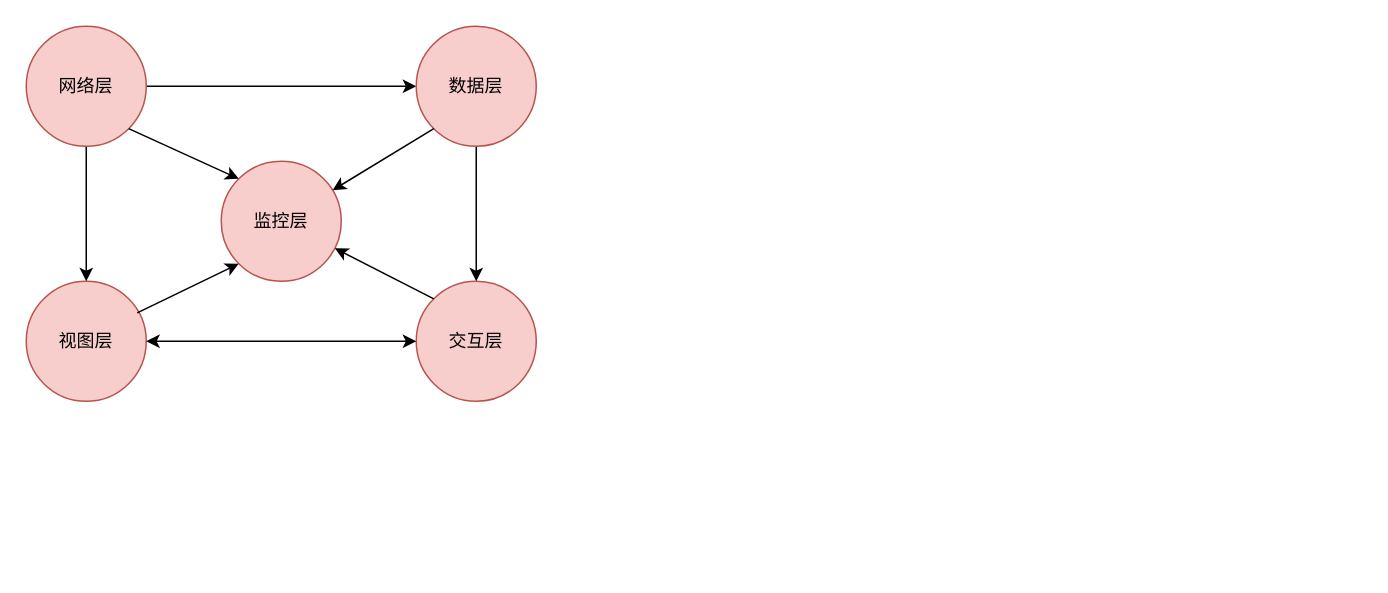
The draw.io diagram moji/商业化架构层拆分.drawio in HengqianSong/drawIO, before the edit. Source tidied: cells renumbered, new cells numbered last; positions are measured from the earlier drawing's top-left corner, leaving out a move shared by most shapes. Both pictures are drawn from the tidied source at 150%, with x=0, y=0 at pixel (26, 26).
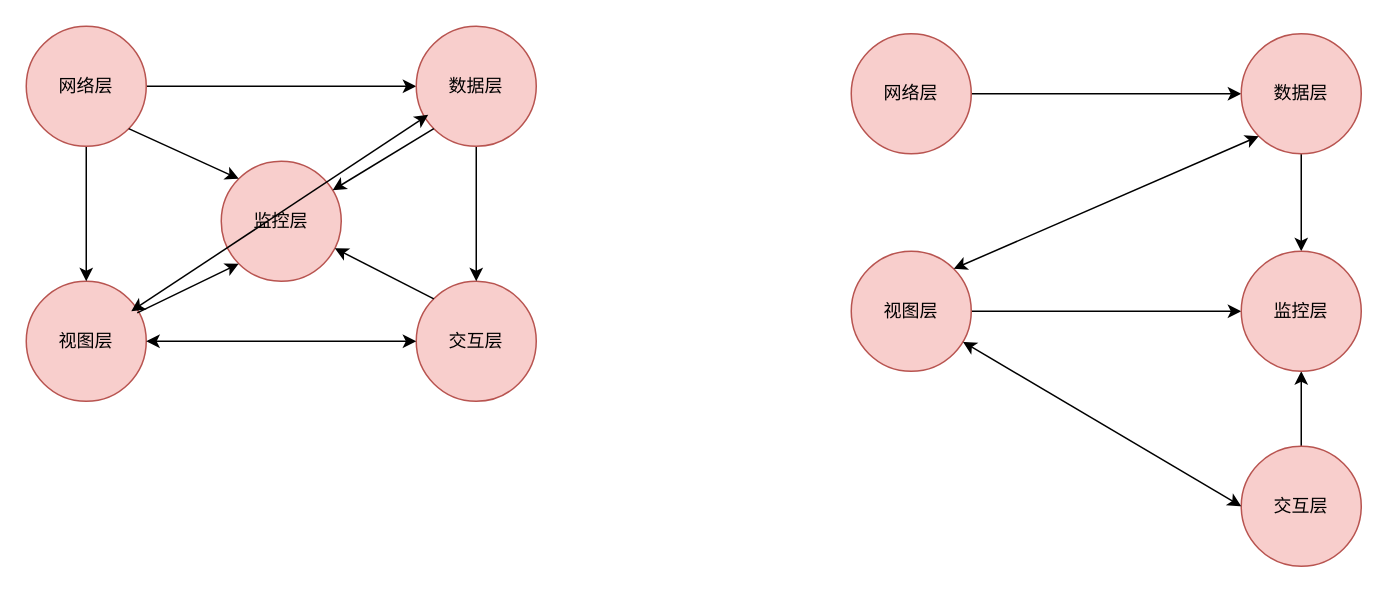
The same diagram, later.

Commit message:
更新商业化架构层拆分.drawio

The change refers to these unchanged cells:
```xml
<mxCell id="8" value="数据层" style="ellipse;whiteSpace=wrap;html=1;fillColor=#f8cecc;strokeColor=#b85450;" parent="1" vertex="1">
  <mxGeometry x="260" width="80" height="80" as="geometry" />
</mxCell>
```

The edit, as a diff of the source:
```diff
@@
+    <mxCell id="15" style="endArrow=classic;startArrow=classic;html=1;rounded=0;entryX=0.1;entryY=0.738;entryDx=0;entryDy=0;entryPerimeter=0;" parent="1" edge="1" target="8">
+      <mxGeometry relative="1" as="geometry">
+        <mxPoint x="70" y="190" as="sourcePoint" />
+      </mxGeometry>
+    </mxCell>
+    <mxCell id="16" style="edgeStyle=orthogonalEdgeStyle;rounded=0;jettySize=auto;html=1;" parent="1" edge="1" source="17" target="24">
+      <mxGeometry relative="1" as="geometry" />
+    </mxCell>
+    <mxCell id="17" value="视图层" style="ellipse;whiteSpace=wrap;html=1;fillColor=#f8cecc;strokeColor=#b85450;" parent="1" vertex="1">
+      <mxGeometry x="550" y="150" width="80" height="80" as="geometry" />
+    </mxCell>
+    <mxCell id="18" style="edgeStyle=orthogonalEdgeStyle;rounded=0;jettySize=auto;html=1;" parent="1" edge="1" source="19" target="24">
+      <mxGeometry relative="1" as="geometry" />
+    </mxCell>
+    <mxCell id="19" value="交互层" style="ellipse;whiteSpace=wrap;html=1;fillColor=#f8cecc;strokeColor=#b85450;" parent="1" vertex="1">
+      <mxGeometry x="810" y="280" width="80" height="80" as="geometry" />
+    </mxCell>
+    <mxCell id="20" style="edgeStyle=orthogonalEdgeStyle;rounded=0;jettySize=auto;html=1;" parent="1" edge="1" source="21" target="23">
+      <mxGeometry relative="1" as="geometry" />
+    </mxCell>
+    <mxCell id="21" value="网络层" style="ellipse;whiteSpace=wrap;html=1;fillColor=#f8cecc;strokeColor=#b85450;" parent="1" vertex="1">
+      <mxGeometry x="550" y="5" width="80" height="80" as="geometry" />
+    </mxCell>
+    <mxCell id="22" style="edgeStyle=orthogonalEdgeStyle;rounded=0;jettySize=auto;html=1;entryX=0.5;entryY=0;entryDx=0;entryDy=0;" parent="1" edge="1" source="23" target="24">
+      <mxGeometry relative="1" as="geometry" />
+    </mxCell>
+    <mxCell id="23" value="数据层" style="ellipse;whiteSpace=wrap;html=1;fillColor=#f8cecc;strokeColor=#b85450;" parent="1" vertex="1">
+      <mxGeometry x="810" y="5" width="80" height="80" as="geometry" />
+    </mxCell>
+    <mxCell id="24" value="监控层" style="ellipse;whiteSpace=wrap;html=1;fillColor=#f8cecc;strokeColor=#b85450;" parent="1" vertex="1">
+      <mxGeometry x="810" y="150" width="80" height="80" as="geometry" />
+    </mxCell>
+    <mxCell id="25" style="endArrow=classic;startArrow=classic;html=1;rounded=0;entryX=0;entryY=0.5;entryDx=0;entryDy=0;" parent="1" edge="1" source="17" target="19">
+      <mxGeometry relative="1" as="geometry" />
+    </mxCell>
+    <mxCell id="26" style="endArrow=classic;startArrow=classic;html=1;rounded=0;exitX=1;exitY=0;exitDx=0;exitDy=0;entryX=0;entryY=1;entryDx=0;entryDy=0;" parent="1" edge="1" source="17" target="23">
+      <mxGeometry relative="1" as="geometry" />
+    </mxCell>
```
